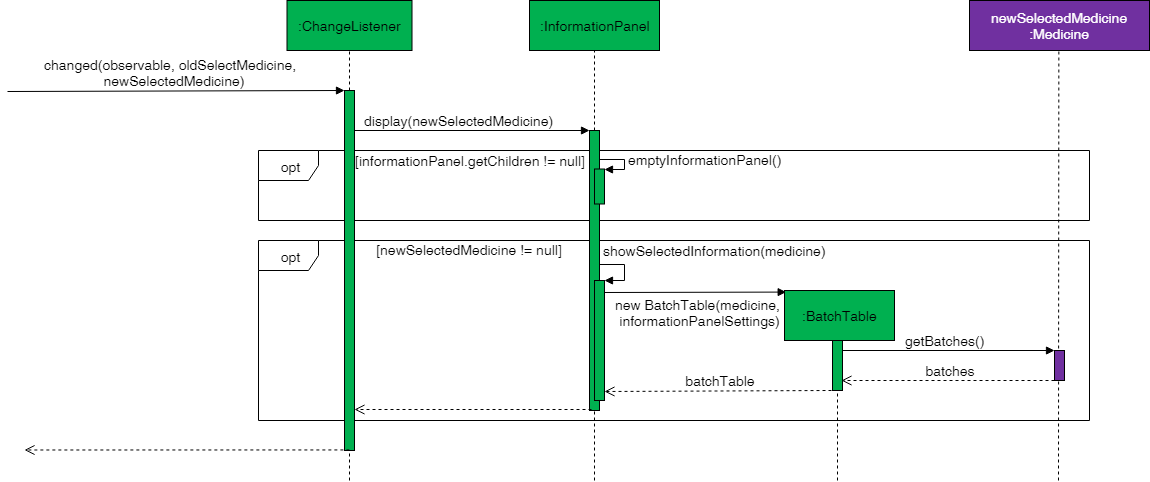
Earlier version of the draw.io export docs/images/InformationPanelSequenceDiagram.png (nus-cs2103-AY1819S2/addressbook-level4). Source tidied: cells renumbered, new cells last; positions are measured from the earlier drawing's top-left corner, leaving out a move shared by most shapes.
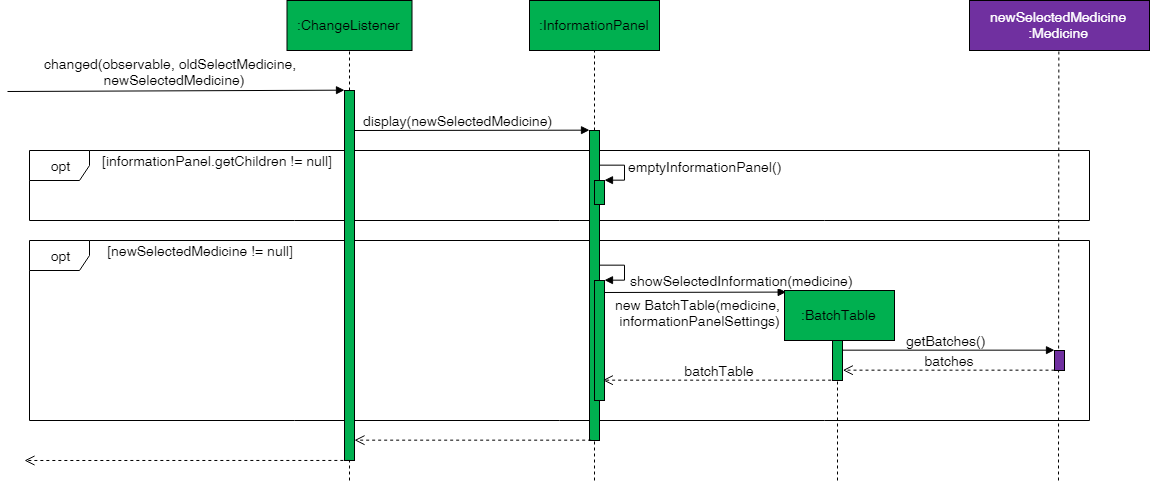
The same file after the commit.

Change to the diagram source:
```diff
@@ -9,16 +9,16 @@
       </mxGeometry>
     </mxCell>
     <mxCell id="3" value="&lt;font style=&quot;font-size: 14px&quot;&gt;opt&lt;/font&gt;" style="shape=umlFrame;whiteSpace=wrap;html=1;" parent="1" vertex="1">
-      <mxGeometry x="251" y="240" width="831" height="180" as="geometry" />
+      <mxGeometry x="22" y="240" width="1060" height="180" as="geometry" />
     </mxCell>
-    <mxCell id="4" value="getBatches()" style="html=1;verticalAlign=bottom;endArrow=block;fontSize=14;entryX=-0.041;entryY=-0.005;entryDx=0;entryDy=0;entryPerimeter=0;exitX=1.044;exitY=0.531;exitDx=0;exitDy=0;exitPerimeter=0;" parent="1" edge="1" source="5" target="22">
+    <mxCell id="4" value="getBatches()" style="html=1;verticalAlign=bottom;endArrow=block;fontSize=14;entryX=-0.041;entryY=-0.019;entryDx=0;entryDy=0;entryPerimeter=0;exitX=1.04;exitY=0.593;exitDx=0;exitDy=0;exitPerimeter=0;" parent="1" edge="1" source="5" target="22">
       <mxGeometry x="-0.03" relative="1" as="geometry" />
     </mxCell>
     <mxCell id="5" style="html=1;points=[];perimeter=orthogonalPerimeter;fillColor=#00B050;" parent="1" vertex="1">
-      <mxGeometry x="825" y="305" width="10" height="85" as="geometry" />
+      <mxGeometry x="825" y="305" width="10" height="75" as="geometry" />
     </mxCell>
     <mxCell id="6" value="&lt;font style=&quot;font-size: 14px&quot;&gt;opt&lt;/font&gt;" style="shape=umlFrame;whiteSpace=wrap;html=1;" parent="1" vertex="1">
-      <mxGeometry x="251" y="150" width="831" height="70" as="geometry" />
+      <mxGeometry x="22" y="150" width="1060" height="70" as="geometry" />
     </mxCell>
     <mxCell id="7" value=":ChangeListener&lt;br style=&quot;font-size: 14px;&quot;&gt;" style="html=1;fillColor=#00b050;fontSize=14;" parent="1" vertex="1">
       <mxGeometry x="279.5" width="125" height="50" as="geometry" />
@@ -27,7 +27,7 @@
       <mxGeometry relative="1" as="geometry" />
     </mxCell>
     <mxCell id="9" style="html=1;points=[];perimeter=orthogonalPerimeter;fillColor=#00B050;" parent="1" vertex="1">
-      <mxGeometry x="337" y="90" width="10" height="360" as="geometry" />
+      <mxGeometry x="337" y="90" width="10" height="370" as="geometry" />
     </mxCell>
     <mxCell id="10" style="endArrow=none;dashed=1;html=1;" parent="1" edge="1" target="9">
       <mxGeometry relative="1" as="geometry">
@@ -60,10 +60,10 @@
       </mxGeometry>
     </mxCell>
     <mxCell id="17" value="[newSelectedMedicine != null]" style="text;html=1;strokeColor=none;fillColor=none;align=center;verticalAlign=middle;whiteSpace=wrap;rounded=0;fontSize=14;" parent="1" vertex="1">
-      <mxGeometry x="361" y="239" width="200" height="20" as="geometry" />
+      <mxGeometry x="92" y="240" width="200" height="20" as="geometry" />
     </mxCell>
     <mxCell id="18" style="html=1;points=[];perimeter=orthogonalPerimeter;fillColor=#00B050;" parent="1" vertex="1">
-      <mxGeometry x="582" y="130" width="10" height="280" as="geometry" />
+      <mxGeometry x="582" y="130" width="10" height="310" as="geometry" />
     </mxCell>
     <mxCell id="19" value="new BatchTable(medicine, &lt;br style=&quot;font-size: 14px;&quot;&gt;informationPanelSettings)" style="html=1;verticalAlign=bottom;endArrow=block;fontSize=14;entryX=-0.001;entryY=-0.006;entryDx=0;entryDy=0;entryPerimeter=0;" parent="1" edge="1">
       <mxGeometry x="0.06" y="-38" relative="1" as="geometry">
@@ -81,29 +81,28 @@
       </mxGeometry>
     </mxCell>
     <mxCell id="22" style="html=1;points=[];perimeter=orthogonalPerimeter;fillColor=#7030a0;" parent="1" vertex="1">
-      <mxGeometry x="1047" y="350" width="10" height="30" as="geometry" />
+      <mxGeometry x="1047" y="350" width="10" height="20" as="geometry" />
     </mxCell>
     <mxCell id="23" style="html=1;verticalAlign=bottom;endArrow=open;dashed=1;endSize=8;exitX=0.161;exitY=0.998;exitDx=0;exitDy=0;exitPerimeter=0;" parent="1" edge="1" source="18" target="9">
       <mxGeometry relative="1" as="geometry" />
     </mxCell>
     <mxCell id="24" style="html=1;verticalAlign=bottom;endArrow=open;dashed=1;endSize=8;exitX=0.029;exitY=0.517;exitDx=0;exitDy=0;exitPerimeter=0;" parent="1" edge="1">
       <mxGeometry relative="1" as="geometry">
-        <mxPoint x="341.9" y="449.5" as="sourcePoint" />
-        <mxPoint x="17" y="449.5" as="targetPoint" />
+        <mxPoint x="341.9" y="460" as="sourcePoint" />
+        <mxPoint x="17" y="460" as="targetPoint" />
       </mxGeometry>
     </mxCell>
     <mxCell id="25" value="&lt;font style=&quot;font-size: 14px&quot;&gt;[informationPanel.getChildren != null]&lt;/font&gt;" style="text;html=1;strokeColor=none;fillColor=none;align=center;verticalAlign=middle;whiteSpace=wrap;rounded=0;fontSize=14;" parent="1" vertex="1">
-      <mxGeometry x="345" y="150" width="235" height="20" as="geometry" />
+      <mxGeometry x="92" y="150" width="235" height="20" as="geometry" />
     </mxCell>
     <mxCell id="26" style="html=1;points=[];perimeter=orthogonalPerimeter;fillColor=#00B050;" parent="1" vertex="1">
-      <mxGeometry x="587" y="168.5" width="10" height="35" as="geometry" />
+      <mxGeometry x="587" y="180" width="10" height="24" as="geometry" />
     </mxCell>
-    <mxCell id="27" value="emptyInformationPanel()&lt;br style=&quot;font-size: 14px;&quot;&gt;" style="edgeStyle=orthogonalEdgeStyle;html=1;align=left;spacingLeft=2;endArrow=block;rounded=0;entryX=1;entryY=0;exitX=0.993;exitY=0.091;exitDx=0;exitDy=0;exitPerimeter=0;fontSize=14;" parent="1" edge="1" target="26">
+    <mxCell id="27" value="emptyInformationPanel()&lt;br style=&quot;font-size: 14px;&quot;&gt;" style="edgeStyle=orthogonalEdgeStyle;html=1;align=left;spacingLeft=2;endArrow=block;rounded=0;entryX=1;entryY=0;fontSize=14;exitX=1.004;exitY=0.124;exitDx=0;exitDy=0;exitPerimeter=0;" parent="1" edge="1" source="18" target="26">
       <mxGeometry x="-0.08" relative="1" as="geometry">
-        <mxPoint x="591.7" y="159.2" as="sourcePoint" />
         <Array as="points">
-          <mxPoint x="617" y="158.5" />
-          <mxPoint x="617" y="168.5" />
+          <mxPoint x="617" y="165" />
+          <mxPoint x="617" y="180" />
         </Array>
       </mxGeometry>
     </mxCell>
@@ -120,20 +119,20 @@
         <mxPoint x="4" y="-14" as="offset" />
       </mxGeometry>
     </mxCell>
-    <mxCell id="30" style="html=1;verticalAlign=bottom;endArrow=open;dashed=1;endSize=8;entryX=0.942;entryY=0.883;entryDx=0;entryDy=0;entryPerimeter=0;exitX=0.04;exitY=0.991;exitDx=0;exitDy=0;exitPerimeter=0;" parent="1" edge="1" source="22" target="5">
+    <mxCell id="30" style="html=1;verticalAlign=bottom;endArrow=open;dashed=1;endSize=8;entryX=0.953;entryY=0.867;entryDx=0;entryDy=0;entryPerimeter=0;exitX=0.04;exitY=0.991;exitDx=0;exitDy=0;exitPerimeter=0;" parent="1" edge="1" source="22" target="5">
       <mxGeometry relative="1" as="geometry" />
     </mxCell>
-    <mxCell id="31" style="html=1;verticalAlign=bottom;endArrow=open;dashed=1;endSize=8;exitX=-0.051;exitY=0.996;exitDx=0;exitDy=0;exitPerimeter=0;entryX=0.993;entryY=0.921;entryDx=0;entryDy=0;entryPerimeter=0;" parent="1" edge="1" source="5" target="28">
+    <mxCell id="31" style="html=1;verticalAlign=bottom;endArrow=open;dashed=1;endSize=8;exitX=-0.051;exitY=0.996;exitDx=0;exitDy=0;exitPerimeter=0;entryX=0.893;entryY=0.828;entryDx=0;entryDy=0;entryPerimeter=0;" parent="1" edge="1" source="5" target="28">
       <mxGeometry relative="1" as="geometry" />
     </mxCell>
     <mxCell id="32" value=":BatchTable&lt;br style=&quot;font-size: 14px;&quot;&gt;" style="html=1;fillColor=#00B050;fontSize=14;" parent="1" vertex="1">
       <mxGeometry x="777" y="290" width="110" height="50" as="geometry" />
     </mxCell>
     <mxCell id="33" value="&lt;font color=&quot;#000000&quot;&gt;batches&lt;/font&gt;" style="text;html=1;strokeColor=none;fillColor=none;align=center;verticalAlign=middle;whiteSpace=wrap;rounded=0;fontSize=14;fontColor=#FFFFFF;" parent="1" vertex="1">
-      <mxGeometry x="922" y="360" width="40" height="20" as="geometry" />
+      <mxGeometry x="921" y="350" width="40" height="20" as="geometry" />
     </mxCell>
     <mxCell id="34" value="&lt;font color=&quot;#000000&quot;&gt;batchTable&lt;/font&gt;" style="text;html=1;strokeColor=none;fillColor=none;align=center;verticalAlign=middle;whiteSpace=wrap;rounded=0;fontSize=14;fontColor=#FFFFFF;" parent="1" vertex="1">
-      <mxGeometry x="692" y="370" width="40" height="20" as="geometry" />
+      <mxGeometry x="691" y="360" width="40" height="20" as="geometry" />
     </mxCell>
   </root>
 </mxGraphModel>
```
